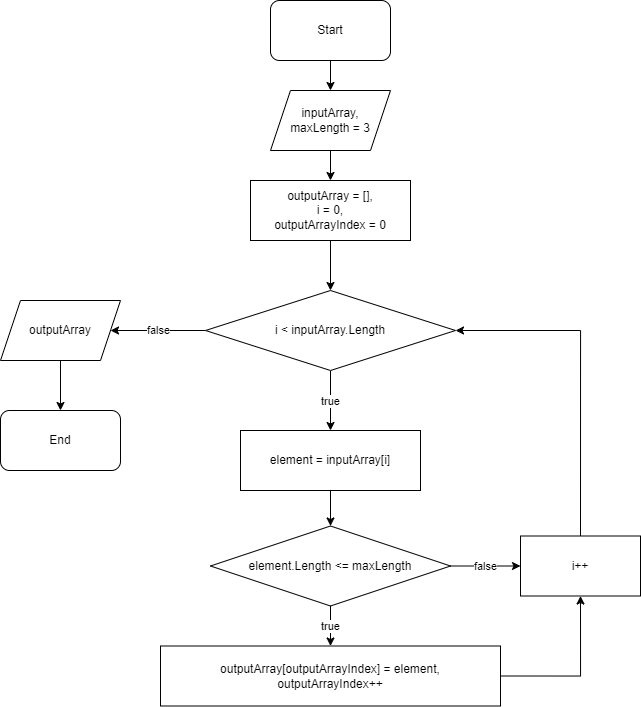
Above: блок-схема.png in metaessenceo/FinalHomework2M (draw.io), before the change. Source tidied: cells renumbered, new cells last; positions are measured from the earlier drawing's top-left corner, leaving out a move shared by most shapes.
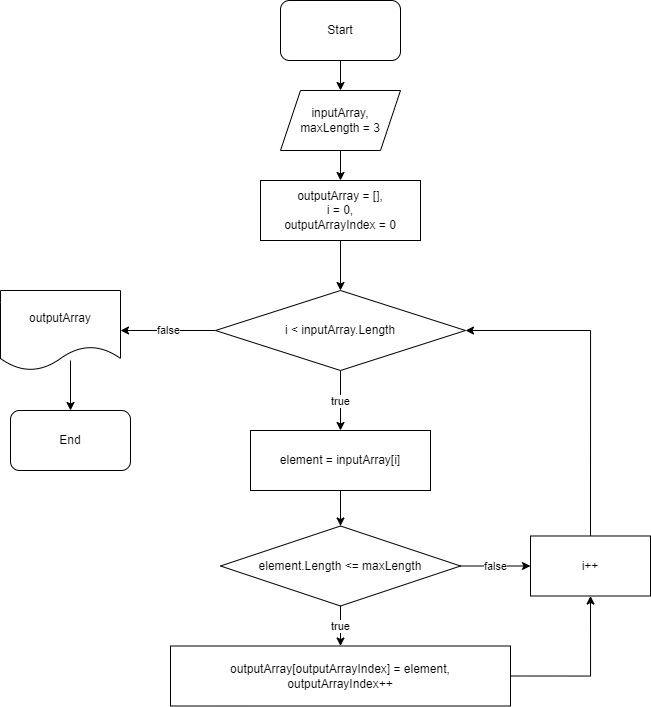
Above is the later version.

The edit, as a diff of the source:
```diff
@@ -20,8 +20,10 @@
     <mxCell id="7" value="outputArray = [],&lt;br&gt;i = 0,&lt;br&gt;outputArrayIndex = 0" style="rounded=0;whiteSpace=wrap;html=1;" parent="1" vertex="1">
       <mxGeometry x="250" y="180" width="160" height="60" as="geometry" />
     </mxCell>
-    <mxCell id="8" value="false" style="edgeStyle=orthogonalEdgeStyle;rounded=0;jettySize=auto;html=1;exitX=0;exitY=0.5;exitDx=0;exitDy=0;entryX=1;entryY=0.5;entryDx=0;entryDy=0;" parent="1" edge="1" source="10" target="21">
-      <mxGeometry relative="1" as="geometry" />
+    <mxCell id="8" value="false" style="edgeStyle=orthogonalEdgeStyle;rounded=0;jettySize=auto;html=1;exitX=0;exitY=0.5;exitDx=0;exitDy=0;entryX=1;entryY=0.5;entryDx=0;entryDy=0;" parent="1" edge="1" source="10">
+      <mxGeometry relative="1" as="geometry">
+        <mxPoint x="110" y="330" as="targetPoint" />
+      </mxGeometry>
     </mxCell>
     <mxCell id="9" value="true" style="edgeStyle=orthogonalEdgeStyle;rounded=0;jettySize=auto;html=1;exitX=0.5;exitY=1;exitDx=0;exitDy=0;entryX=0.5;entryY=0;entryDx=0;entryDy=0;" parent="1" edge="1" source="10" target="14">
       <mxGeometry relative="1" as="geometry" />
@@ -56,14 +58,16 @@
     <mxCell id="19" value="outputArray[outputArrayIndex] = element,&lt;br&gt;outputArrayIndex++" style="rounded=0;whiteSpace=wrap;html=1;" parent="1" vertex="1">
       <mxGeometry x="160" y="645.5" width="340" height="60" as="geometry" />
     </mxCell>
-    <mxCell id="20" style="edgeStyle=orthogonalEdgeStyle;rounded=0;jettySize=auto;html=1;entryX=0.5;entryY=0;entryDx=0;entryDy=0;" parent="1" edge="1" source="21" target="22">
-      <mxGeometry relative="1" as="geometry" />
+    <mxCell id="20" style="edgeStyle=orthogonalEdgeStyle;rounded=0;jettySize=auto;html=1;entryX=0.5;entryY=0;entryDx=0;entryDy=0;" parent="1" edge="1" target="22">
+      <mxGeometry relative="1" as="geometry">
+        <mxPoint x="60" y="360" as="sourcePoint" />
+      </mxGeometry>
     </mxCell>
+    <mxCell id="22" value="End" style="rounded=1;whiteSpace=wrap;html=1;" parent="1" vertex="1">
+      <mxGeometry y="410" width="120" height="60" as="geometry" />
+    </mxCell>
-    <mxCell id="21" value="outputArray" style="shape=parallelogram;perimeter=parallelogramPerimeter;whiteSpace=wrap;html=1;fixedSize=1;" parent="1" vertex="1">
-      <mxGeometry y="300" width="120" height="60" as="geometry" />
+    <mxCell id="21" value="outputArray" style="shape=document;whiteSpace=wrap;html=1;boundedLbl=1;" parent="1" vertex="1">
+      <mxGeometry x="-10" y="290" width="120" height="80" as="geometry" />
     </mxCell>
-    <mxCell id="22" value="End" style="rounded=1;whiteSpace=wrap;html=1;" parent="1" vertex="1">
-      <mxGeometry y="410" width="120" height="60" as="geometry" />
-    </mxCell>
   </root>
 </mxGraphModel>
```
